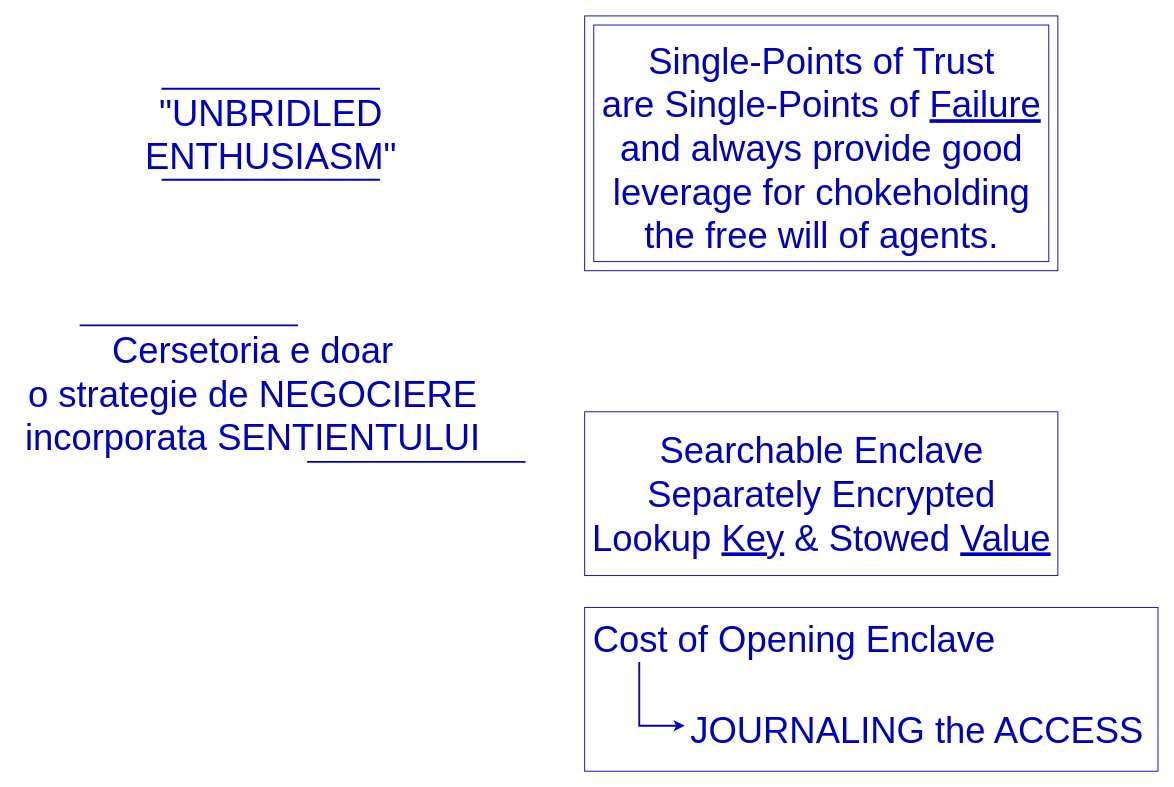
sheeperoni/Diagrams keeps this draw.io diagram as 44BA328B-43B3-401D-8CA6-173E83C7E664_1_201_a.drawio.xml. Above is the earlier version. Source tidied: cells renumbered, new cells numbered last; positions are measured from the earlier drawing's top-left corner, leaving out a move shared by most shapes. Both pictures are drawn from the tidied source at 91%, with x=0, y=0 at pixel (15, 15).
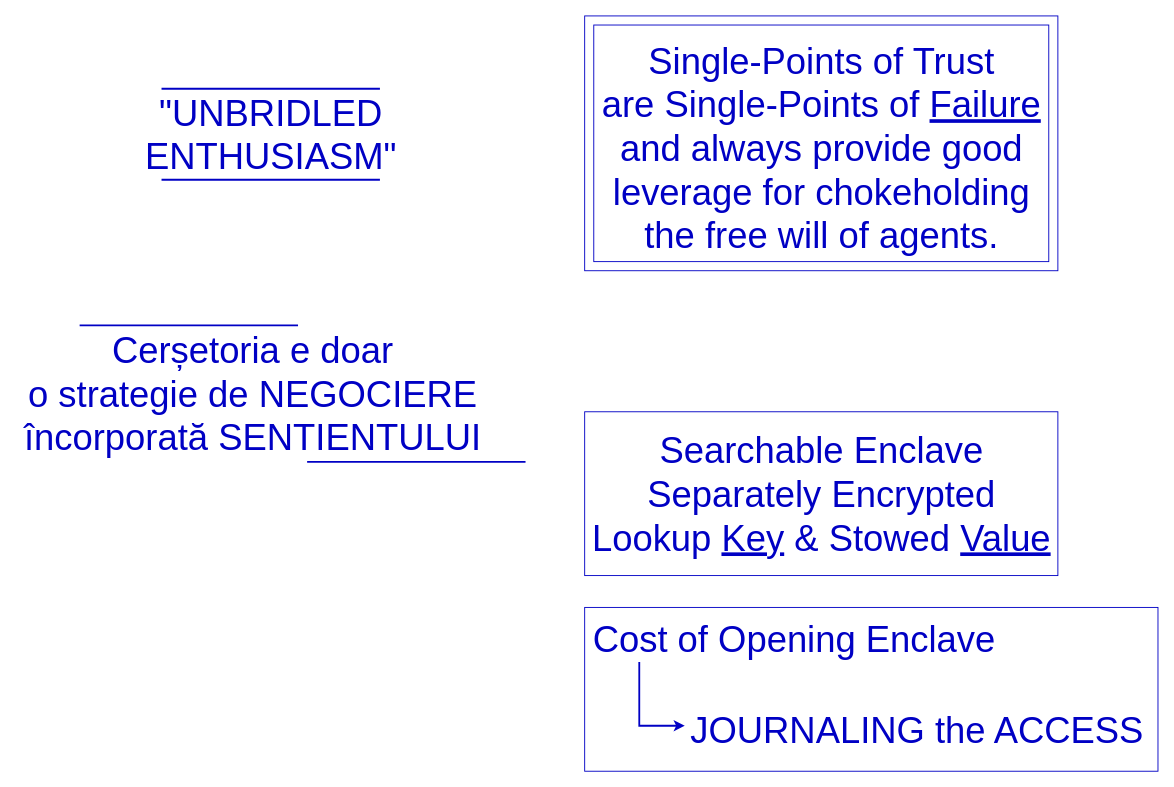
After the change.

Diff of the diagram source:
```diff
@@
-    <mxCell id="3" value="Cersetoria e doar&lt;br&gt;o strategie de NEGOCIERE&lt;br&gt;incorporata SENTIENTULUI" style="text;html=1;align=center;verticalAlign=middle;strokeColor=none;fillColor=none;fontSize=40;fontColor=#0000C4;" parent="1" vertex="1">
+    <mxCell id="3" value="Cerșetoria e doar&lt;br&gt;o strategie de NEGOCIERE&lt;br&gt;încorporată SENTIENTULUI" style="text;html=1;align=center;verticalAlign=middle;strokeColor=none;fillColor=none;fontSize=40;fontColor=#0000C4;" parent="1" vertex="1">
       <mxGeometry y="340" width="520" height="150" as="geometry" />
     </mxCell>
```
